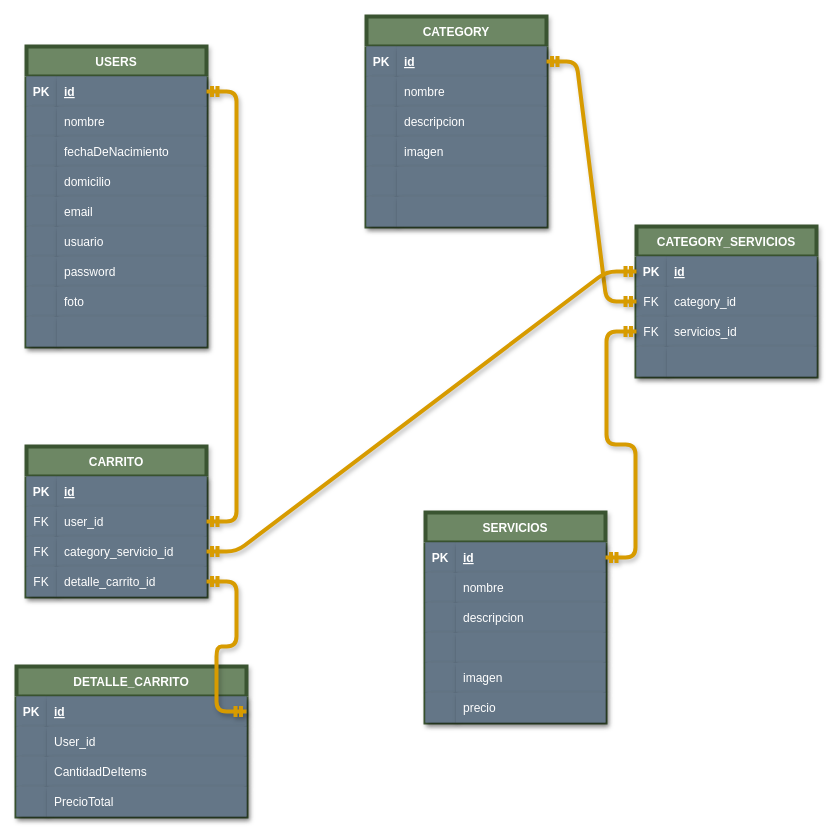
Before: diagrama.dio in HerreraA/grupo_10_CrearLa, a draw.io diagram. Source tidied: cells renumbered, new cells numbered last; positions are measured from the earlier drawing's top-left corner, leaving out a move shared by most shapes. Both pictures are drawn from the tidied source at 100%, with x=0, y=0 at pixel (16, 16).
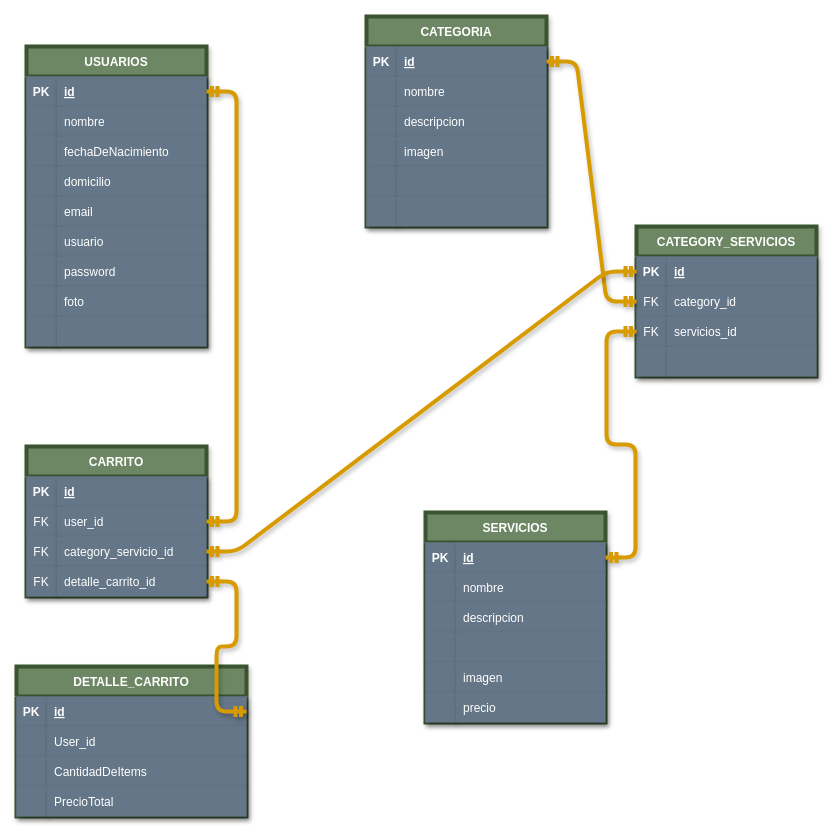
The same page after the edit.

Commit message (it also covers changes not shown here):
agrego secuelize y modelo de categoria y servicio

What changed in the source:
```diff
@@
-    <mxCell id="2" value="USERS" style="shape=table;startSize=30;childLayout=tableLayout;rowLines=0;fontStyle=1;align=center;labelBackgroundColor=none;fontColor=#ffffff;fillColor=#6d8764;strokeColor=#3A5431;sketch=0;shadow=1;strokeWidth=4;" parent="1" vertex="1">
+    <mxCell id="2" value="USUARIOS" style="shape=table;startSize=30;childLayout=tableLayout;rowLines=0;fontStyle=1;align=center;labelBackgroundColor=none;fontColor=#ffffff;fillColor=#6d8764;strokeColor=#3A5431;sketch=0;shadow=1;strokeWidth=4;" parent="1" vertex="1">
       <mxGeometry x="10" y="30" width="180" height="300" as="geometry" />
     </mxCell>
@@
-    <mxCell id="30" value="CATEGORY" style="shape=table;startSize=30;childLayout=tableLayout;rowLines=0;fontStyle=1;align=center;labelBackgroundColor=none;fontColor=#ffffff;fillColor=#6d8764;strokeColor=#3A5431;sketch=0;shadow=1;strokeWidth=4;" parent="1" vertex="1">
+    <mxCell id="30" value="CATEGORIA" style="shape=table;startSize=30;childLayout=tableLayout;rowLines=0;fontStyle=1;align=center;labelBackgroundColor=none;fontColor=#ffffff;fillColor=#6d8764;strokeColor=#3A5431;sketch=0;shadow=1;strokeWidth=4;" parent="1" vertex="1">
       <mxGeometry x="350" width="180" height="210" as="geometry" />
     </mxCell>
```
